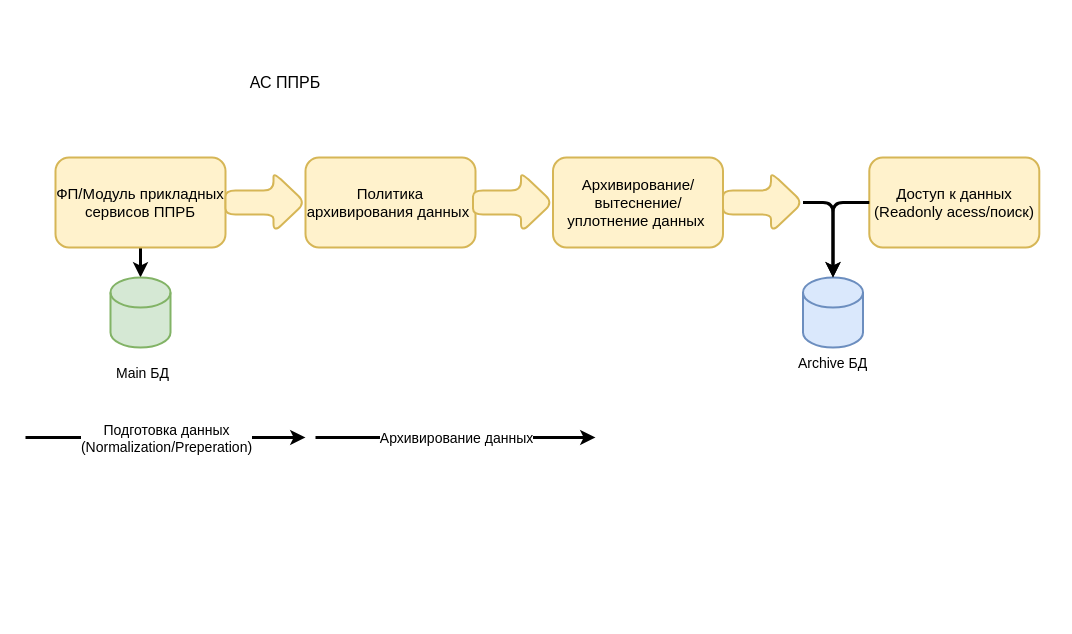
Earlier version of the draw.io diagram page "Задачи" (1 of 2) of Archiving.drawio (srecon/diagramms). Source tidied: cells renumbered, new cells numbered last; positions are measured from the earlier drawing's top-left corner, leaving out a move shared by most shapes. Both pictures are drawn from the tidied source at 100%, with x=0, y=0 at pixel (25, 67).
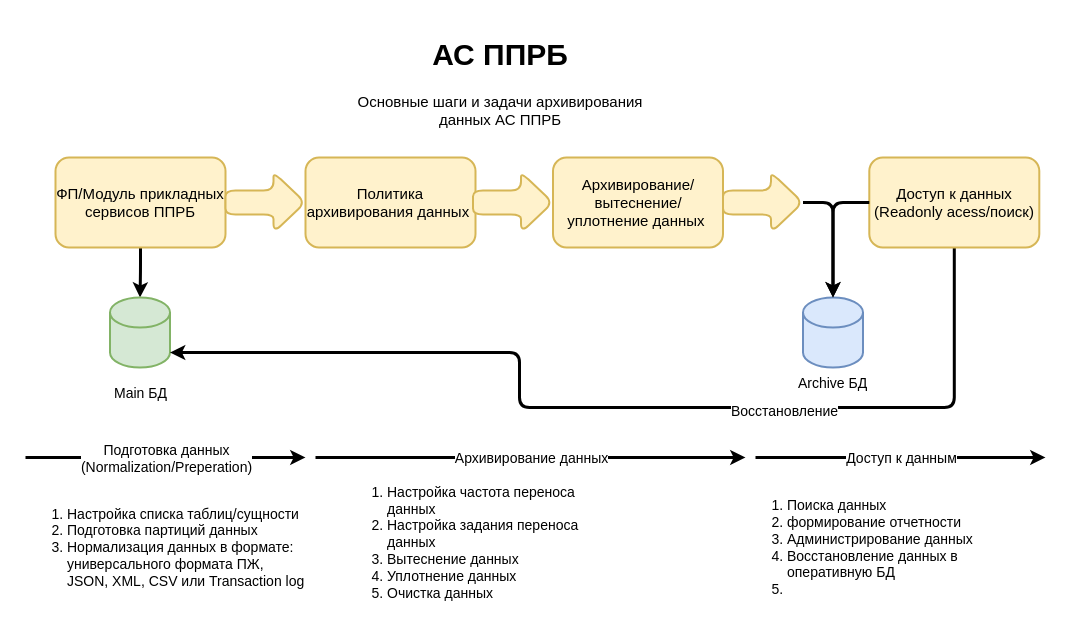
Above is the later version.

The change refers to these unchanged cells:
```xml
<mxCell id="19" value="&lt;font style=&quot;font-size: 15px;&quot;&gt;Доступ к данных (Readonly acess/поиск)&lt;/font&gt;" style="rounded=1;whiteSpace=wrap;html=1;strokeWidth=2;fillColor=#fff2cc;strokeColor=#d6b656;" parent="1" vertex="1">
  <mxGeometry x="843.8" y="90" width="170" height="90" as="geometry" />
</mxCell>
```

What changed in the source:
```diff
@@
-    <mxCell id="4" value="&lt;font style=&quot;font-size: 16px;&quot;&gt;АС ППРБ&lt;/font&gt;" style="text;html=1;strokeColor=none;fillColor=none;align=center;verticalAlign=middle;whiteSpace=wrap;rounded=0;" parent="1" vertex="1">
-      <mxGeometry x="180" width="160" height="30" as="geometry" />
+    <mxCell id="4" value="&lt;ol style=&quot;font-size: 14px;&quot;&gt;&lt;li&gt;Настройка списка таблиц/сущности&lt;/li&gt;&lt;li&gt;Подготовка партиций данных&lt;/li&gt;&lt;li&gt;Нормализация данных в формате: универсального формата ПЖ, JSON, XML, CSV или Transaction log&lt;/li&gt;&lt;/ol&gt;" style="text;html=1;strokeColor=none;fillColor=none;align=left;verticalAlign=middle;whiteSpace=wrap;rounded=0;" parent="1" vertex="1">
+      <mxGeometry y="410" width="280" height="140" as="geometry" />
     </mxCell>
     <mxCell id="5" style="shape=cylinder3;whiteSpace=wrap;html=1;boundedLbl=1;backgroundOutline=1;size=15;fontSize=16;strokeWidth=2;fillColor=#d5e8d4;strokeColor=#82b366;" parent="1" vertex="1">
-      <mxGeometry x="85" y="210" width="60" height="70" as="geometry" />
+      <mxGeometry x="84.5" y="230" width="60" height="70" as="geometry" />
     </mxCell>
     <mxCell id="6" value="&lt;font style=&quot;font-size: 14px;&quot;&gt;Main БД&lt;/font&gt;" style="text;html=1;strokeColor=none;fillColor=none;align=center;verticalAlign=middle;whiteSpace=wrap;rounded=0;fontSize=16;" parent="1" vertex="1">
-      <mxGeometry x="85" y="290" width="65" height="30" as="geometry" />
+      <mxGeometry x="82.5" y="310" width="65" height="30" as="geometry" />
     </mxCell>
@@
     <mxCell id="8" style="endArrow=classic;html=1;rounded=1;fontSize=14;strokeWidth=3;" parent="1" edge="1">
       <mxGeometry relative="1" as="geometry">
-        <mxPoint y="370" as="sourcePoint" />
-        <mxPoint x="280" y="370" as="targetPoint" />
+        <mxPoint y="390" as="sourcePoint" />
+        <mxPoint x="280" y="390" as="targetPoint" />
       </mxGeometry>
     </mxCell>
@@
     <mxCell id="11" style="shape=cylinder3;whiteSpace=wrap;html=1;boundedLbl=1;backgroundOutline=1;size=15;fontSize=16;strokeWidth=2;fillColor=#dae8fc;strokeColor=#6c8ebf;" parent="1" vertex="1">
-      <mxGeometry x="777.5" y="210" width="60" height="70" as="geometry" />
+      <mxGeometry x="777.5" y="230" width="60" height="70" as="geometry" />
     </mxCell>
@@
     <mxCell id="14" value="&lt;span style=&quot;font-size: 14px;&quot;&gt;Archive БД&lt;/span&gt;" style="text;html=1;strokeColor=none;fillColor=none;align=center;verticalAlign=middle;whiteSpace=wrap;rounded=0;fontSize=16;" parent="1" vertex="1">
-      <mxGeometry x="771.2" y="280" width="72.5" height="30" as="geometry" />
+      <mxGeometry x="771.2" y="300" width="72.5" height="30" as="geometry" />
     </mxCell>
     <mxCell id="15" style="endArrow=classic;html=1;rounded=1;fontSize=14;strokeWidth=3;" parent="1" edge="1">
       <mxGeometry relative="1" as="geometry">
-        <mxPoint x="290" y="370" as="sourcePoint" />
-        <mxPoint x="570" y="370" as="targetPoint" />
+        <mxPoint x="290" y="390" as="sourcePoint" />
+        <mxPoint x="720" y="390" as="targetPoint" />
       </mxGeometry>
     </mxCell>
@@
+    <mxCell id="21" style="edgeStyle=orthogonalEdgeStyle;rounded=1;jettySize=auto;html=1;fontSize=14;strokeWidth=3;entryX=1;entryY=1;entryDx=0;entryDy=-15;entryPerimeter=0;" parent="1" edge="1" source="19" target="5">
+      <mxGeometry relative="1" as="geometry">
+        <Array as="points">
+          <mxPoint x="929" y="340" />
+          <mxPoint x="494" y="340" />
+          <mxPoint x="494" y="285" />
+        </Array>
+      </mxGeometry>
+    </mxCell>
+    <mxCell id="22" value="Восстановление" style="edgeLabel;html=1;align=center;verticalAlign=middle;fontSize=14;" parent="21" vertex="1">
+      <mxGeometry x="-0.34" y="3" relative="1" as="geometry" />
+    </mxCell>
@@
+    <mxCell id="23" style="endArrow=classic;html=1;rounded=1;fontSize=14;strokeWidth=3;" parent="1" edge="1">
+      <mxGeometry relative="1" as="geometry">
+        <mxPoint x="730" y="390" as="sourcePoint" />
+        <mxPoint x="1020" y="390" as="targetPoint" />
+      </mxGeometry>
+    </mxCell>
+    <mxCell id="24" value="Доступ к данным" style="edgeLabel;html=1;align=center;verticalAlign=middle;fontSize=14;strokeWidth=2;" parent="23" vertex="1">
+      <mxGeometry relative="1" as="geometry" />
+    </mxCell>
+    <mxCell id="25" value="&lt;h1&gt;АС ППРБ&lt;/h1&gt;&lt;div&gt;Основные шаги и задачи архивирования данных АС ППРБ&lt;/div&gt;" style="text;html=1;strokeColor=none;fillColor=none;spacing=5;spacingTop=-20;whiteSpace=wrap;overflow=hidden;rounded=0;fontSize=15;align=center;" parent="1" vertex="1">
+      <mxGeometry x="320" y="-40" width="310" height="110" as="geometry" />
+    </mxCell>
+    <mxCell id="26" value="&lt;ol style=&quot;font-size: 14px;&quot;&gt;&lt;li&gt;Настройка частота переноса данных&lt;/li&gt;&lt;li&gt;Настройка задания переноса данных&lt;/li&gt;&lt;li&gt;Вытеснение данных&lt;br&gt;&lt;/li&gt;&lt;li&gt;Уплотнение данных&lt;/li&gt;&lt;li&gt;Очистка данных&lt;/li&gt;&lt;/ol&gt;" style="text;html=1;strokeColor=none;fillColor=none;align=left;verticalAlign=middle;whiteSpace=wrap;rounded=0;" parent="1" vertex="1">
+      <mxGeometry x="320" y="405" width="280" height="140" as="geometry" />
+    </mxCell>
+    <mxCell id="27" value="&lt;ol style=&quot;font-size: 14px;&quot;&gt;&lt;li&gt;Поиска данных&lt;/li&gt;&lt;li&gt;формирование отчетности&amp;nbsp;&lt;/li&gt;&lt;li&gt;Администрирование данных&lt;/li&gt;&lt;li&gt;Восстановление данных в оперативную БД&lt;/li&gt;&lt;li&gt;&lt;br&gt;&lt;/li&gt;&lt;/ol&gt;" style="text;html=1;strokeColor=none;fillColor=none;align=left;verticalAlign=middle;whiteSpace=wrap;rounded=0;" parent="1" vertex="1">
+      <mxGeometry x="720" y="410" width="300" height="140" as="geometry" />
+    </mxCell>
```
